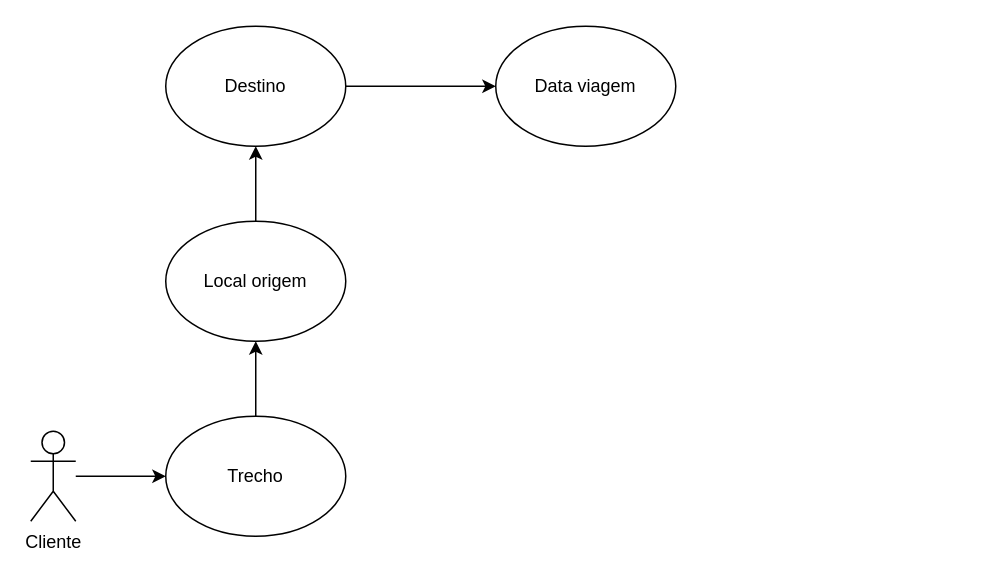
This is IFTM-2023-1SEM/Ex04Lista01.drawio from Krittz/IFTM-ADS, a draw.io file, before an edit. Source tidied: cells renumbered, new cells numbered last; positions are measured from the earlier drawing's top-left corner, leaving out a move shared by most shapes. Both pictures are drawn from the tidied source at 150%, with x=0, y=0 at pixel (30, 26).
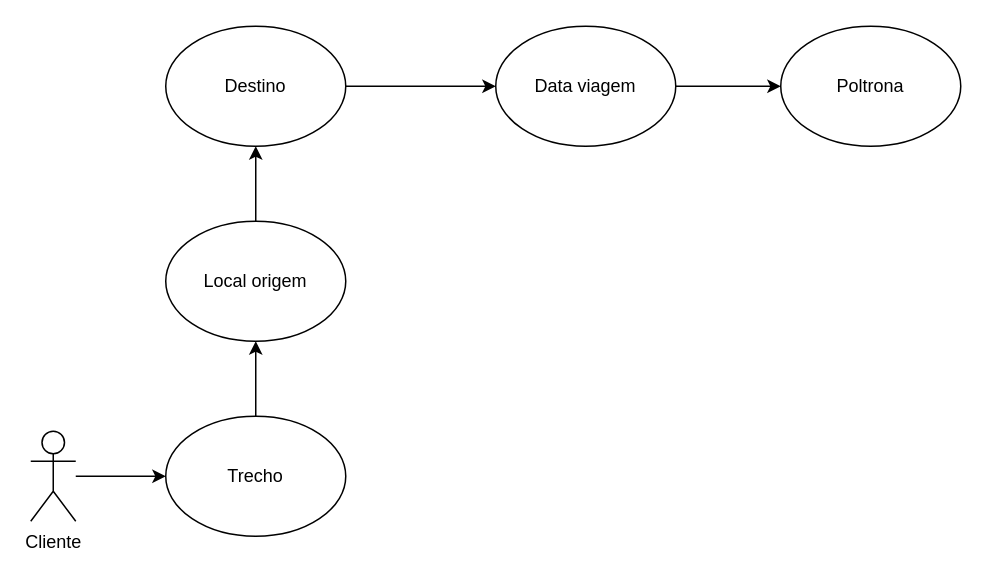
Above is the later version.

Change to the diagram source:
```diff
@@
 <mxGraphModel>
   <root>
     <mxCell id="0" />
     <mxCell id="1" parent="0" />
     <mxCell id="2" style="edgeStyle=orthogonalEdgeStyle;rounded=0;jettySize=auto;html=1;" parent="1" edge="1" source="3" target="10">
       <mxGeometry relative="1" as="geometry" />
     </mxCell>
     <mxCell id="3" value="Cliente" style="shape=umlActor;verticalLabelPosition=bottom;verticalAlign=top;html=1;outlineConnect=0;" parent="1" vertex="1">
       <mxGeometry y="270" width="30" height="60" as="geometry" />
     </mxCell>
     <mxCell id="4" style="edgeStyle=orthogonalEdgeStyle;rounded=0;jettySize=auto;html=1;" parent="1" edge="1" source="5" target="8">
       <mxGeometry relative="1" as="geometry" />
     </mxCell>
     <mxCell id="5" value="Destino" style="ellipse;whiteSpace=wrap;html=1;" parent="1" vertex="1">
       <mxGeometry x="90" width="120" height="80" as="geometry" />
     </mxCell>
     <mxCell id="6" style="edgeStyle=orthogonalEdgeStyle;rounded=0;jettySize=auto;html=1;" parent="1" edge="1" source="7" target="5">
       <mxGeometry relative="1" as="geometry" />
     </mxCell>
     <mxCell id="7" value="Local origem" style="ellipse;whiteSpace=wrap;html=1;" parent="1" vertex="1">
       <mxGeometry x="90" y="130" width="120" height="80" as="geometry" />
     </mxCell>
+    <mxCell id="11" style="edgeStyle=orthogonalEdgeStyle;rounded=0;jettySize=auto;html=1;" parent="1" edge="1" source="8" target="12">
+      <mxGeometry relative="1" as="geometry" />
+    </mxCell>
     <mxCell id="8" value="Data viagem" style="ellipse;whiteSpace=wrap;html=1;" parent="1" vertex="1">
       <mxGeometry x="310" width="120" height="80" as="geometry" />
     </mxCell>
     <mxCell id="9" style="edgeStyle=orthogonalEdgeStyle;rounded=0;jettySize=auto;html=1;entryX=0.5;entryY=1;entryDx=0;entryDy=0;" parent="1" edge="1" source="10" target="7">
       <mxGeometry relative="1" as="geometry" />
     </mxCell>
     <mxCell id="10" value="Trecho" style="ellipse;whiteSpace=wrap;html=1;" parent="1" vertex="1">
       <mxGeometry x="90" y="260" width="120" height="80" as="geometry" />
     </mxCell>
+    <mxCell id="12" value="Poltrona" style="ellipse;whiteSpace=wrap;html=1;" parent="1" vertex="1">
+      <mxGeometry x="500" width="120" height="80" as="geometry" />
+    </mxCell>
   </root>
 </mxGraphModel>
```
